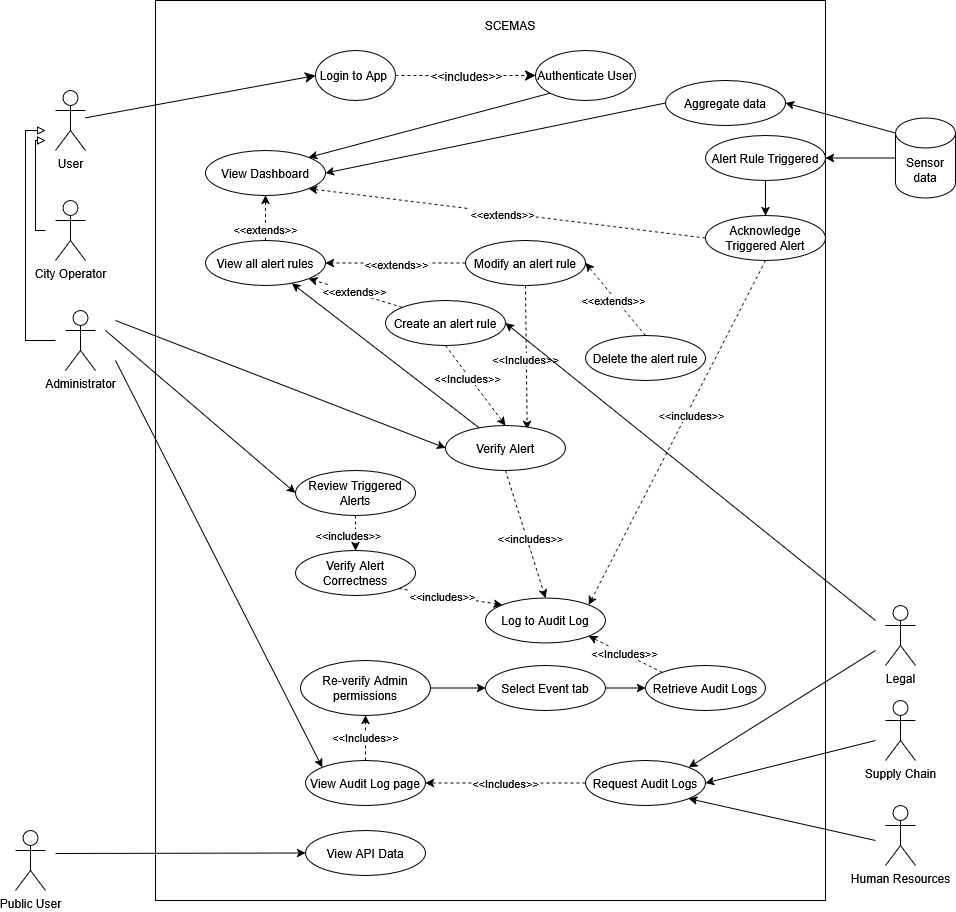
Earlier version of the draw.io export images/A04_UseCase.png (vanessa-laii/3A04-T01-Group4). Source tidied: cells renumbered, new cells last; positions are measured from the earlier drawing's top-left corner, leaving out a move shared by most shapes.
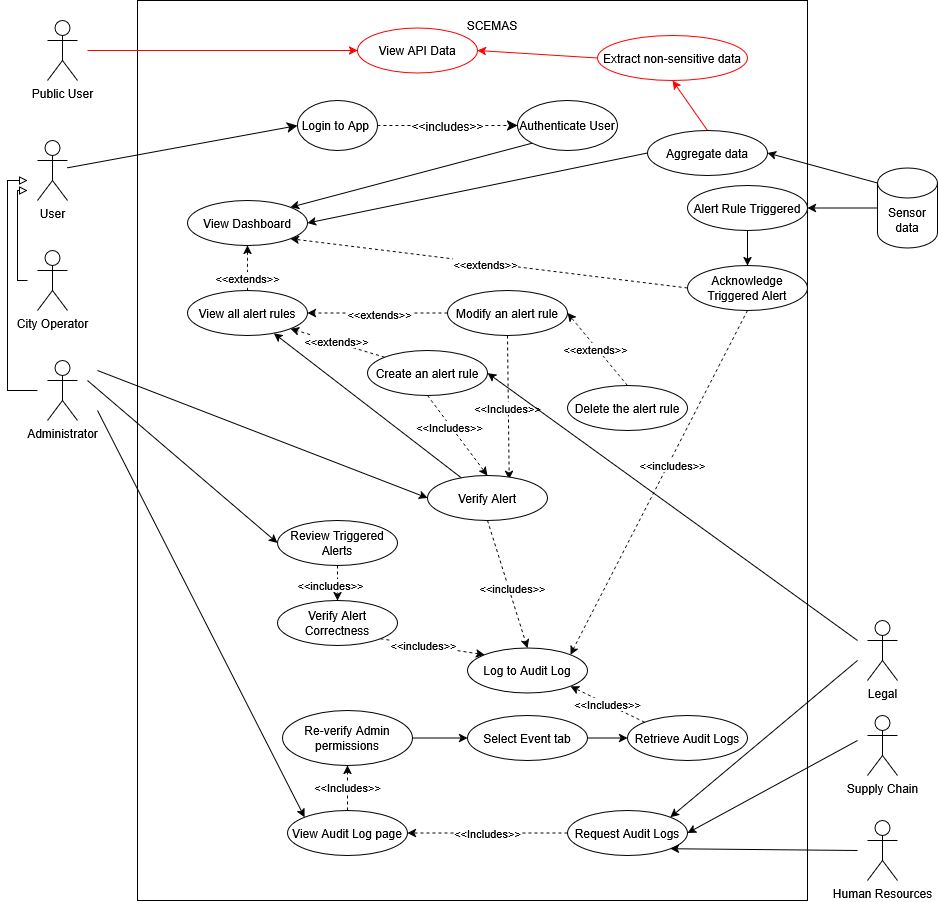
Later version of the same file.

What changed in the source:
```diff
@@ -3,10 +3,10 @@
     <mxCell id="0" />
     <mxCell id="1" parent="0" />
     <mxCell id="2" style="rounded=0;whiteSpace=wrap;html=1;" parent="1" vertex="1">
-      <mxGeometry x="140" width="670" height="900" as="geometry" />
+      <mxGeometry x="140" y="-50" width="670" height="900" as="geometry" />
     </mxCell>
     <mxCell id="3" value="SCEMAS" style="text;html=1;align=center;verticalAlign=middle;whiteSpace=wrap;rounded=0;" parent="1" vertex="1">
-      <mxGeometry x="370" y="10" width="250" height="30" as="geometry" />
+      <mxGeometry x="370" y="-40" width="250" height="30" as="geometry" />
     </mxCell>
     <mxCell id="4" style="edgeStyle=none;rounded=0;jettySize=auto;html=1;entryX=0;entryY=0.5;entryDx=0;entryDy=0;" parent="1" edge="1" target="63">
       <mxGeometry relative="1" as="geometry">
@@ -45,13 +45,13 @@
     <mxCell id="11" value="City Operator" style="shape=umlActor;verticalLabelPosition=bottom;verticalAlign=top;html=1;" parent="1" vertex="1">
       <mxGeometry x="40" y="200" width="30" height="60" as="geometry" />
     </mxCell>
-    <mxCell id="12" style="rounded=0;jettySize=auto;html=1;entryX=0;entryY=0.5;entryDx=0;entryDy=0;" parent="1" edge="1" target="60">
+    <mxCell id="12" style="rounded=0;jettySize=auto;html=1;entryX=0;entryY=0.5;entryDx=0;entryDy=0;strokeColor=#FF0000;" parent="1" edge="1" target="60">
       <mxGeometry relative="1" as="geometry">
-        <mxPoint x="40" y="853" as="sourcePoint" />
+        <mxPoint x="90" as="sourcePoint" />
       </mxGeometry>
     </mxCell>
     <mxCell id="13" value="Public User" style="shape=umlActor;verticalLabelPosition=bottom;verticalAlign=top;html=1;" parent="1" vertex="1">
-      <mxGeometry y="830" width="30" height="60" as="geometry" />
+      <mxGeometry x="50" y="-30" width="30" height="60" as="geometry" />
     </mxCell>
     <mxCell id="14" style="edgeStyle=none;curved=1;rounded=0;jettySize=auto;html=1;entryX=0;entryY=0.5;entryDx=0;entryDy=0;fontSize=12;startSize=8;endSize=8;" parent="1" edge="1" source="15" target="9">
       <mxGeometry relative="1" as="geometry" />
@@ -111,16 +111,16 @@
     </mxCell>
     <mxCell id="32" style="rounded=0;jettySize=auto;html=1;entryX=1;entryY=0;entryDx=0;entryDy=0;" parent="1" edge="1" target="31">
       <mxGeometry relative="1" as="geometry">
-        <mxPoint x="860" y="650" as="sourcePoint" />
+        <mxPoint x="860" y="610" as="sourcePoint" />
       </mxGeometry>
     </mxCell>
     <mxCell id="33" style="rounded=0;jettySize=auto;html=1;entryX=1;entryY=0.5;entryDx=0;entryDy=0;" parent="1" edge="1" target="43">
       <mxGeometry relative="1" as="geometry">
-        <mxPoint x="860" y="620" as="sourcePoint" />
+        <mxPoint x="860" y="590" as="sourcePoint" />
       </mxGeometry>
     </mxCell>
     <mxCell id="34" value="Supply Chain&lt;div&gt;&lt;br&gt;&lt;/div&gt;" style="shape=umlActor;verticalLabelPosition=bottom;verticalAlign=top;html=1;" parent="1" vertex="1">
-      <mxGeometry x="870" y="700" width="30" height="60" as="geometry" />
+      <mxGeometry x="870" y="665" width="30" height="60" as="geometry" />
     </mxCell>
     <mxCell id="35" style="edgeStyle=none;rounded=0;jettySize=auto;html=1;entryX=0;entryY=0;entryDx=0;entryDy=0;" parent="1" edge="1" target="49">
       <mxGeometry relative="1" as="geometry">
@@ -210,8 +210,8 @@
     <mxCell id="59" value="Acknowledge Triggered Alert" style="ellipse;whiteSpace=wrap;html=1;" parent="1" vertex="1">
       <mxGeometry x="690" y="215" width="120" height="45" as="geometry" />
     </mxCell>
-    <mxCell id="60" value="View API Data" style="ellipse;whiteSpace=wrap;html=1;" parent="1" vertex="1">
-      <mxGeometry x="290" y="830" width="120" height="45" as="geometry" />
+    <mxCell id="60" value="View API Data" style="ellipse;whiteSpace=wrap;html=1;strokeColor=#FF0000;" parent="1" vertex="1">
+      <mxGeometry x="360" y="-22.5" width="120" height="45" as="geometry" />
     </mxCell>
     <mxCell id="61" style="edgeStyle=none;rounded=0;jettySize=auto;html=1;exitX=0.5;exitY=1;exitDx=0;exitDy=0;entryX=0.5;entryY=0;entryDx=0;entryDy=0;dashed=1;" parent="1" edge="1" source="63" target="66">
       <mxGeometry relative="1" as="geometry" />
@@ -247,11 +247,11 @@
     </mxCell>
     <mxCell id="71" style="rounded=0;jettySize=auto;html=1;entryX=1;entryY=0.5;entryDx=0;entryDy=0;" parent="1" edge="1" target="31">
       <mxGeometry relative="1" as="geometry">
-        <mxPoint x="860" y="740" as="sourcePoint" />
+        <mxPoint x="860" y="690" as="sourcePoint" />
       </mxGeometry>
     </mxCell>
     <mxCell id="72" value="Legal&lt;div&gt;&lt;br&gt;&lt;/div&gt;" style="shape=umlActor;verticalLabelPosition=bottom;verticalAlign=top;html=1;" parent="1" vertex="1">
-      <mxGeometry x="870" y="605" width="30" height="60" as="geometry" />
+      <mxGeometry x="870" y="570" width="30" height="60" as="geometry" />
     </mxCell>
     <mxCell id="73" style="edgeStyle=none;rounded=0;jettySize=auto;html=1;exitX=0.5;exitY=1;exitDx=0;exitDy=0;entryX=0.5;entryY=0;entryDx=0;entryDy=0;" parent="1" edge="1" source="74" target="59">
       <mxGeometry relative="1" as="geometry" />
@@ -262,16 +262,25 @@
     <mxCell id="75" style="edgeStyle=none;rounded=0;jettySize=auto;html=1;exitX=0;exitY=0.5;exitDx=0;exitDy=0;entryX=1;entryY=0.5;entryDx=0;entryDy=0;" parent="1" edge="1" source="76" target="38">
       <mxGeometry relative="1" as="geometry" />
     </mxCell>
+    <mxCell id="79" style="edgeStyle=none;rounded=0;jettySize=auto;html=1;exitX=0.5;exitY=0;exitDx=0;exitDy=0;entryX=0.5;entryY=1;entryDx=0;entryDy=0;strokeColor=#FF0000;" parent="1" edge="1" source="76" target="81">
+      <mxGeometry relative="1" as="geometry" />
+    </mxCell>
     <mxCell id="76" value="Aggregate data" style="ellipse;whiteSpace=wrap;html=1;" parent="1" vertex="1">
       <mxGeometry x="650" y="80" width="120" height="45" as="geometry" />
     </mxCell>
     <mxCell id="77" value="&lt;div&gt;Human Resources&lt;/div&gt;" style="shape=umlActor;verticalLabelPosition=bottom;verticalAlign=top;html=1;" parent="1" vertex="1">
-      <mxGeometry x="870" y="805" width="30" height="60" as="geometry" />
+      <mxGeometry x="870" y="770" width="30" height="60" as="geometry" />
     </mxCell>
     <mxCell id="78" style="rounded=0;jettySize=auto;html=1;entryX=1;entryY=1;entryDx=0;entryDy=0;" parent="1" edge="1" target="31">
       <mxGeometry relative="1" as="geometry">
-        <mxPoint x="860" y="840" as="sourcePoint" />
+        <mxPoint x="860" y="800" as="sourcePoint" />
       </mxGeometry>
     </mxCell>
+    <mxCell id="80" style="edgeStyle=none;rounded=0;jettySize=auto;html=1;exitX=0;exitY=0.5;exitDx=0;exitDy=0;entryX=1;entryY=0.5;entryDx=0;entryDy=0;strokeColor=#FF0000;" parent="1" edge="1" source="81" target="60">
+      <mxGeometry relative="1" as="geometry" />
+    </mxCell>
+    <mxCell id="81" value="Extract non-sensitive data" style="ellipse;whiteSpace=wrap;html=1;strokeColor=#FF0000;" parent="1" vertex="1">
+      <mxGeometry x="600" y="-15" width="150" height="45" as="geometry" />
+    </mxCell>
   </root>
 </mxGraphModel>
```
